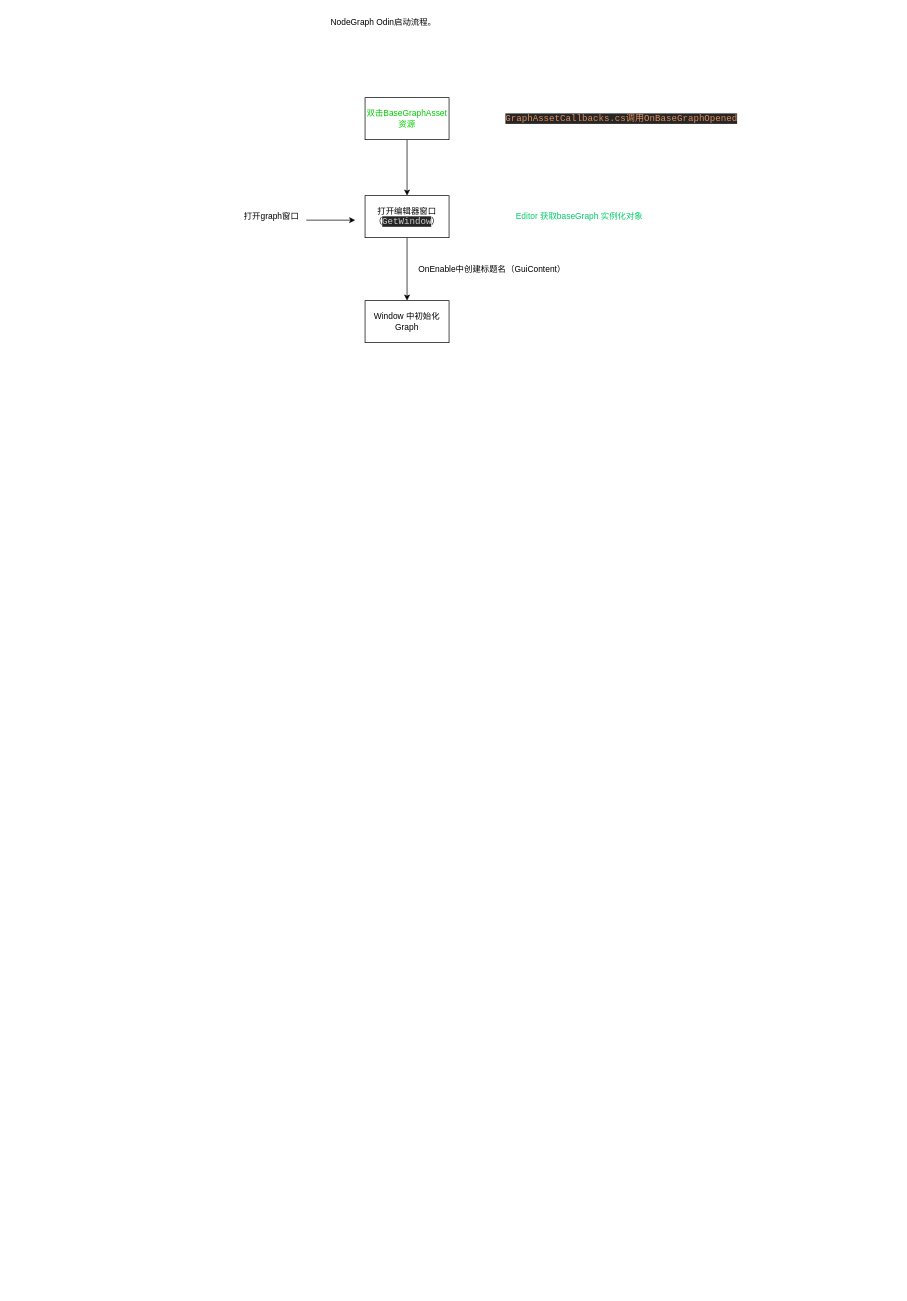
The draw.io diagram NodeGraph/NodeGraph_Odin使用.drawio in xzp3094997376/DrawIO, before the edit. Source tidied: cells renumbered, new cells numbered last; positions are measured from the earlier drawing's top-left corner, leaving out a move shared by most shapes. Both pictures are drawn from the tidied source at 70%, with x=0, y=0 at pixel (236, 12).
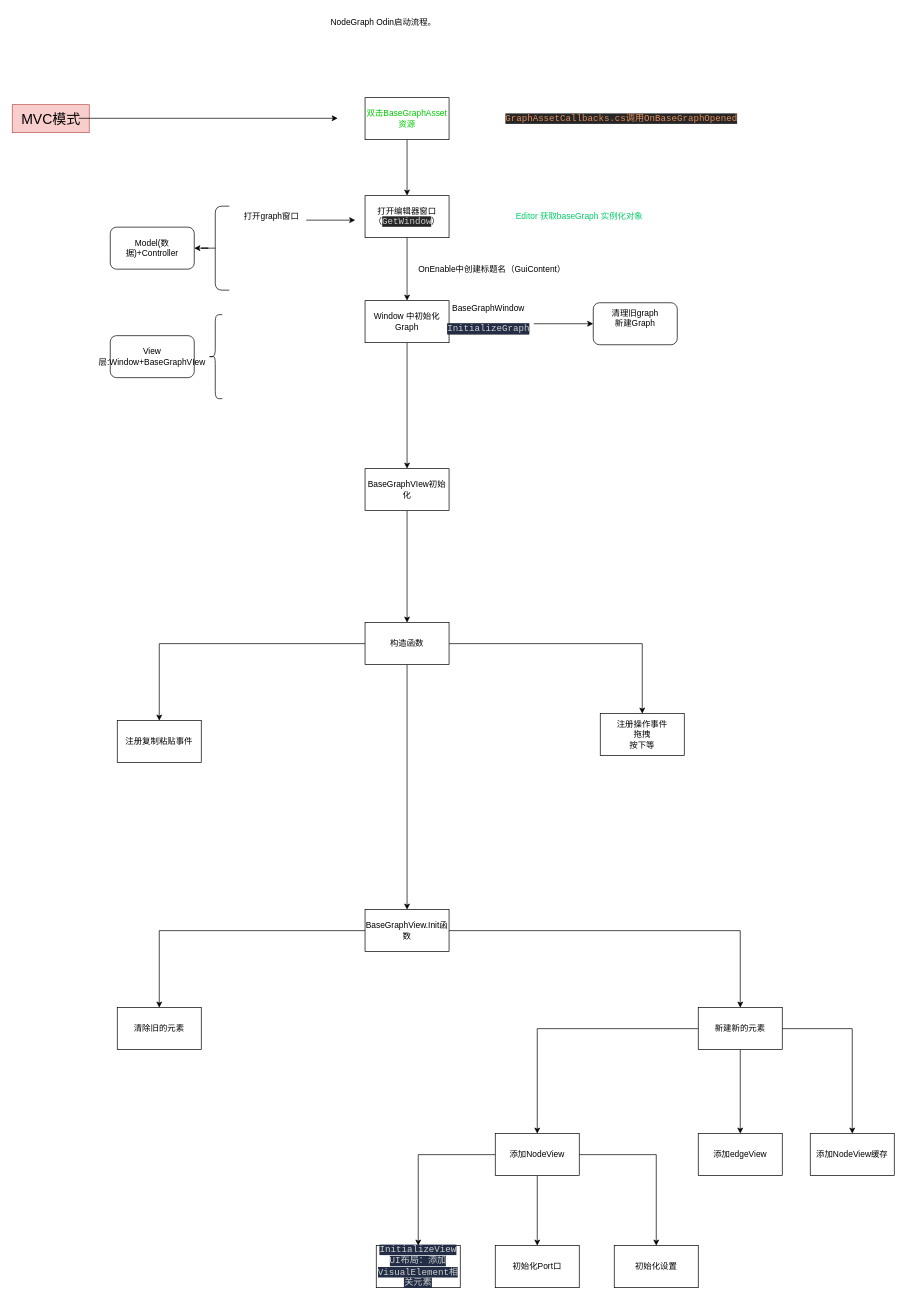
Above is the later version.

Unchanged cells that the change refers to:
```xml
<mxCell id="10" value="Window 中初始化Grap&lt;span style=&quot;background-color: initial; color: rgb(0, 0, 0); --darkreader-inline-bgcolor: initial; --darkreader-inline-color: #fffbec;&quot;&gt;h&lt;/span&gt;" style="whiteSpace=wrap;html=1;" parent="1" vertex="1">
  <mxGeometry x="184" y="412" width="120" height="60" as="geometry" />
</mxCell>
```

The edit, as a diff of the source:
```diff
@@
+    <mxCell id="13" style="edgeStyle=orthogonalEdgeStyle;rounded=0;jettySize=auto;html=1;" parent="1" edge="1" source="10" target="18">
+      <mxGeometry relative="1" as="geometry" />
+    </mxCell>
@@
+    <mxCell id="14" style="edgeStyle=orthogonalEdgeStyle;rounded=0;jettySize=auto;html=1;" parent="1" edge="1" source="15" target="16">
+      <mxGeometry relative="1" as="geometry" />
+    </mxCell>
+    <mxCell id="15" value="BaseGraphWindow&lt;div&gt;&lt;pre style=&quot;background-color: rgb(38, 38, 38); color: rgb(208, 208, 208); font-family: &amp;quot;JetBrains Mono&amp;quot;, monospace; font-size: 9.8pt; --darkreader-inline-bgcolor: #212221; --darkreader-inline-color: #e2d8c8;&quot;&gt;&lt;span style=&quot;background-color: rgb(35, 46, 70); --darkreader-inline-bgcolor: #222836;&quot;&gt;InitializeGraph&lt;/span&gt;&lt;/pre&gt;&lt;/div&gt;" style="text;html=1;align=center;verticalAlign=middle;points=[];strokeColor=none;fillColor=none;" parent="1" vertex="1">
+      <mxGeometry x="295" y="410" width="130" height="70" as="geometry" />
+    </mxCell>
+    <mxCell id="16" value="&lt;div&gt;清理旧graph&lt;/div&gt;&lt;div&gt;新建Graph&lt;br&gt;&lt;/div&gt;&lt;div&gt;&lt;br&gt;&lt;/div&gt;" style="rounded=1;whiteSpace=wrap;html=1;" parent="1" vertex="1">
+      <mxGeometry x="510" y="415" width="120" height="60" as="geometry" />
+    </mxCell>
+    <mxCell id="17" style="edgeStyle=orthogonalEdgeStyle;rounded=0;jettySize=auto;html=1;" parent="1" edge="1" source="18" target="29">
+      <mxGeometry relative="1" as="geometry" />
+    </mxCell>
+    <mxCell id="18" value="BaseGraphVIew初始化" style="whiteSpace=wrap;html=1;" parent="1" vertex="1">
+      <mxGeometry x="184" y="652" width="120" height="60" as="geometry" />
+    </mxCell>
+    <mxCell id="19" style="edgeStyle=orthogonalEdgeStyle;rounded=0;jettySize=auto;html=1;" parent="1" edge="1" source="20" target="21">
+      <mxGeometry relative="1" as="geometry" />
+    </mxCell>
+    <mxCell id="20" style="shape=curlyBracket;whiteSpace=wrap;html=1;rounded=1;labelPosition=left;verticalLabelPosition=middle;align=right;verticalAlign=middle;size=0;" parent="1" vertex="1">
+      <mxGeometry x="-30" y="277" width="20" height="120" as="geometry" />
+    </mxCell>
+    <mxCell id="21" value="Model(数据)+Controller" style="whiteSpace=wrap;html=1;align=center;rounded=1;" parent="1" vertex="1">
+      <mxGeometry x="-180" y="307" width="120" height="60" as="geometry" />
+    </mxCell>
+    <mxCell id="22" value="MVC模式" style="text;html=1;align=center;verticalAlign=middle;strokeColor=#b85450;fillColor=#f8cecc;fontSize=20;" parent="1" vertex="1">
+      <mxGeometry x="-320" y="132" width="110" height="40" as="geometry" />
+    </mxCell>
+    <mxCell id="23" style="endArrow=classic;html=1;rounded=0;" parent="1" edge="1">
+      <mxGeometry relative="1" as="geometry">
+        <mxPoint x="-225" y="151.5" as="sourcePoint" />
+        <mxPoint x="145" y="151.5" as="targetPoint" />
+      </mxGeometry>
+    </mxCell>
+    <mxCell id="24" style="shape=curlyBracket;whiteSpace=wrap;html=1;rounded=1;labelPosition=left;verticalLabelPosition=middle;align=right;verticalAlign=middle;" parent="1" vertex="1">
+      <mxGeometry x="-40" y="432" width="20" height="120" as="geometry" />
+    </mxCell>
+    <mxCell id="25" value="View 层:Window+BaseGraphVIew" style="rounded=1;whiteSpace=wrap;html=1;" parent="1" vertex="1">
+      <mxGeometry x="-180" y="462" width="120" height="60" as="geometry" />
+    </mxCell>
+    <mxCell id="26" style="edgeStyle=orthogonalEdgeStyle;rounded=0;jettySize=auto;html=1;" parent="1" edge="1" source="29" target="30">
+      <mxGeometry relative="1" as="geometry" />
+    </mxCell>
+    <mxCell id="27" style="edgeStyle=orthogonalEdgeStyle;rounded=0;jettySize=auto;html=1;" parent="1" edge="1" source="29" target="33">
+      <mxGeometry relative="1" as="geometry" />
+    </mxCell>
+    <mxCell id="28" style="edgeStyle=orthogonalEdgeStyle;rounded=0;jettySize=auto;html=1;" parent="1" edge="1" source="29" target="34">
+      <mxGeometry relative="1" as="geometry" />
+    </mxCell>
+    <mxCell id="29" value="构造函数" style="whiteSpace=wrap;html=1;" parent="1" vertex="1">
+      <mxGeometry x="184" y="872" width="120" height="60" as="geometry" />
+    </mxCell>
+    <mxCell id="30" value="注册复制粘贴事件" style="whiteSpace=wrap;html=1;" parent="1" vertex="1">
+      <mxGeometry x="-170" y="1012" width="120" height="60" as="geometry" />
+    </mxCell>
+    <mxCell id="31" style="edgeStyle=orthogonalEdgeStyle;rounded=0;jettySize=auto;html=1;" parent="1" edge="1" source="33" target="35">
+      <mxGeometry relative="1" as="geometry" />
+    </mxCell>
+    <mxCell id="32" style="edgeStyle=orthogonalEdgeStyle;rounded=0;jettySize=auto;html=1;" parent="1" edge="1" source="33" target="39">
+      <mxGeometry relative="1" as="geometry" />
+    </mxCell>
+    <mxCell id="33" value="BaseGraphView.Init函数" style="whiteSpace=wrap;html=1;" parent="1" vertex="1">
+      <mxGeometry x="184" y="1282" width="120" height="60" as="geometry" />
+    </mxCell>
+    <mxCell id="34" value="注册操作事件&lt;div&gt;拖拽&lt;/div&gt;&lt;div&gt;按下等&lt;/div&gt;" style="whiteSpace=wrap;html=1;" parent="1" vertex="1">
+      <mxGeometry x="520" y="1002" width="120" height="60" as="geometry" />
+    </mxCell>
+    <mxCell id="35" value="清除旧的元素" style="whiteSpace=wrap;html=1;" parent="1" vertex="1">
+      <mxGeometry x="-170" y="1422" width="120" height="60" as="geometry" />
+    </mxCell>
+    <mxCell id="36" style="edgeStyle=orthogonalEdgeStyle;rounded=0;jettySize=auto;html=1;" parent="1" edge="1" source="39" target="43">
+      <mxGeometry relative="1" as="geometry" />
+    </mxCell>
+    <mxCell id="37" style="edgeStyle=orthogonalEdgeStyle;rounded=0;jettySize=auto;html=1;" parent="1" edge="1" source="39" target="44">
+      <mxGeometry relative="1" as="geometry" />
+    </mxCell>
+    <mxCell id="38" style="edgeStyle=orthogonalEdgeStyle;rounded=0;jettySize=auto;html=1;" parent="1" edge="1" source="39" target="45">
+      <mxGeometry relative="1" as="geometry" />
+    </mxCell>
+    <mxCell id="39" value="新建新的元素" style="whiteSpace=wrap;html=1;" parent="1" vertex="1">
+      <mxGeometry x="660" y="1422" width="120" height="60" as="geometry" />
+    </mxCell>
+    <mxCell id="40" style="edgeStyle=orthogonalEdgeStyle;rounded=0;jettySize=auto;html=1;" parent="1" edge="1" source="43" target="46">
+      <mxGeometry relative="1" as="geometry" />
+    </mxCell>
+    <mxCell id="41" style="edgeStyle=orthogonalEdgeStyle;rounded=0;jettySize=auto;html=1;" parent="1" edge="1" source="43" target="47">
+      <mxGeometry relative="1" as="geometry" />
+    </mxCell>
+    <mxCell id="42" style="edgeStyle=orthogonalEdgeStyle;rounded=0;jettySize=auto;html=1;" parent="1" edge="1" source="43" target="48">
+      <mxGeometry relative="1" as="geometry" />
+    </mxCell>
+    <mxCell id="43" value="添加NodeView" style="whiteSpace=wrap;html=1;" parent="1" vertex="1">
+      <mxGeometry x="370" y="1602" width="120" height="60" as="geometry" />
+    </mxCell>
+    <mxCell id="44" value="添加edgeView" style="whiteSpace=wrap;html=1;" parent="1" vertex="1">
+      <mxGeometry x="660" y="1602" width="120" height="60" as="geometry" />
+    </mxCell>
+    <mxCell id="45" value="添加NodeView缓存" style="whiteSpace=wrap;html=1;" parent="1" vertex="1">
+      <mxGeometry x="820" y="1602" width="120" height="60" as="geometry" />
+    </mxCell>
+    <mxCell id="46" value="&lt;span style=&quot;background-color: rgb(35, 46, 70); color: rgb(208, 208, 208); font-family: &amp;quot;JetBrains Mono&amp;quot;, monospace; font-size: 9.8pt; --darkreader-inline-bgcolor: #222836; --darkreader-inline-color: #e2d8c8;&quot;&gt;InitializeView&lt;/span&gt;&lt;div&gt;&lt;span style=&quot;background-color: rgb(35, 46, 70); color: rgb(208, 208, 208); font-family: &amp;quot;JetBrains Mono&amp;quot;, monospace; font-size: 9.8pt; --darkreader-inline-bgcolor: #222836; --darkreader-inline-color: #e2d8c8;&quot;&gt;UI布局：添加VisualElement相关元素&lt;/span&gt;&lt;/div&gt;" style="whiteSpace=wrap;html=1;" parent="1" vertex="1">
+      <mxGeometry x="200" y="1762" width="120" height="60" as="geometry" />
+    </mxCell>
+    <mxCell id="47" value="初始化Port口" style="whiteSpace=wrap;html=1;" parent="1" vertex="1">
+      <mxGeometry x="370" y="1762" width="120" height="60" as="geometry" />
+    </mxCell>
+    <mxCell id="48" value="初始化设置" style="whiteSpace=wrap;html=1;" parent="1" vertex="1">
+      <mxGeometry x="540" y="1762" width="120" height="60" as="geometry" />
+    </mxCell>
```
